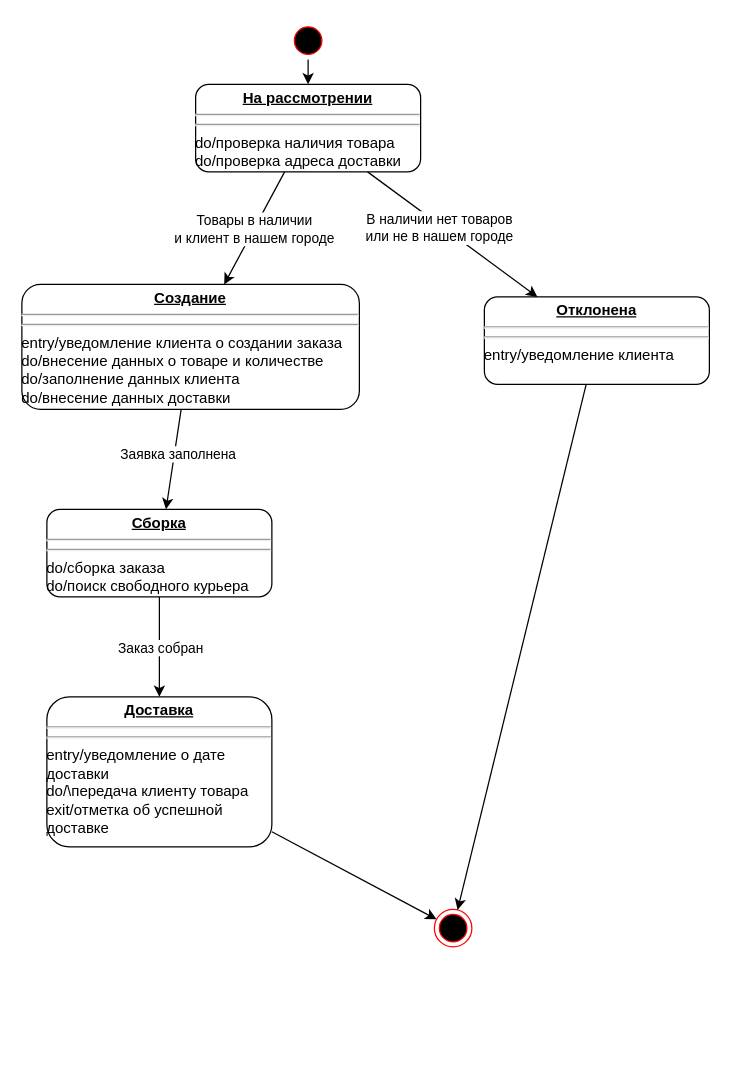
The draw.io diagram State Diagram.drawio in omelchenkopete/SA, before the edit. Source tidied: cells renumbered, new cells numbered last; positions are measured from the earlier drawing's top-left corner, leaving out a move shared by most shapes. Both pictures are drawn from the tidied source at 125%, with x=0, y=0 at pixel (21, 21).
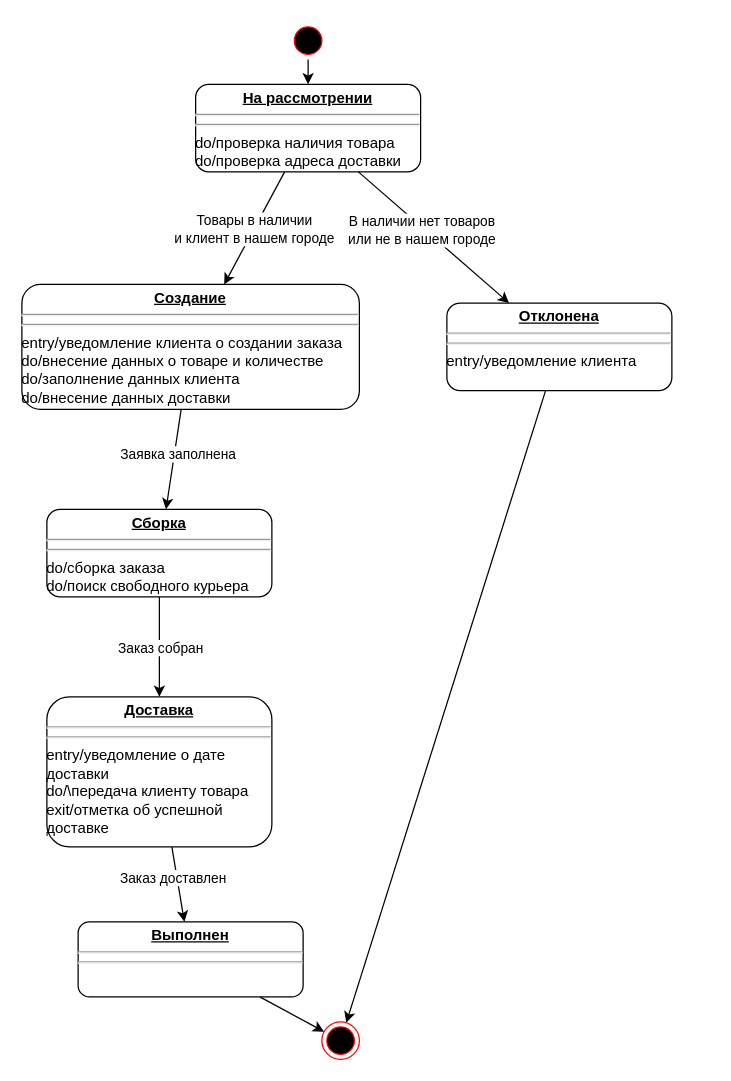
After the change.

Unchanged cells that the change refers to:
```xml
<mxCell id="6" value="&lt;p style=&quot;margin:0px;margin-top:4px;text-align:center;text-decoration:underline;&quot;&gt;&lt;b&gt;Доставка&lt;/b&gt;&lt;/p&gt;&lt;hr&gt;&lt;hr&gt;&lt;div style=&quot;&quot;&gt;&lt;span style=&quot;background-color: initial;&quot;&gt;entry/уведомление о дате доставки&lt;br&gt;do/\передача клиенту товара&lt;/span&gt;&lt;/div&gt;&lt;div style=&quot;&quot;&gt;exit/отметка об успешной доставке&lt;/div&gt;" style="verticalAlign=top;align=left;overflow=fill;html=1;whiteSpace=wrap;rounded=1;strokeWidth=1;" parent="1" vertex="1">
  <mxGeometry x="20" y="540" width="180" height="120" as="geometry" />
</mxCell>
```

What changed in the source:
```diff
@@
     <mxCell id="4" style="ellipse;html=1;shape=endState;fillColor=#000000;strokeColor=#ff0000;" parent="1" vertex="1">
-      <mxGeometry x="330" y="710" width="30" height="30" as="geometry" />
+      <mxGeometry x="240" y="800" width="30" height="30" as="geometry" />
     </mxCell>
@@
     <mxCell id="11" value="&lt;p style=&quot;margin:0px;margin-top:4px;text-align:center;text-decoration:underline;&quot;&gt;&lt;b&gt;Отклонена&lt;/b&gt;&lt;/p&gt;&lt;hr&gt;&lt;hr&gt;&lt;div style=&quot;&quot;&gt;&lt;span style=&quot;background-color: initial;&quot;&gt;entry/уведомление клиента&lt;/span&gt;&lt;/div&gt;" style="verticalAlign=top;align=left;overflow=fill;html=1;whiteSpace=wrap;rounded=1;strokeWidth=1;" parent="1" vertex="1">
-      <mxGeometry x="370" y="220" width="180" height="70" as="geometry" />
+      <mxGeometry x="340" y="225" width="180" height="70" as="geometry" />
     </mxCell>
@@
-    <mxCell id="19" style="endArrow=classic;html=1;rounded=0;" parent="1" edge="1" source="6" target="4">
+    <mxCell id="19" style="endArrow=classic;html=1;rounded=0;" parent="1" edge="1" source="20" target="4">
       <mxGeometry relative="1" as="geometry" />
     </mxCell>
+    <mxCell id="20" value="&lt;p style=&quot;margin:0px;margin-top:4px;text-align:center;text-decoration:underline;&quot;&gt;&lt;b&gt;Выполнен&lt;/b&gt;&lt;/p&gt;&lt;hr&gt;&lt;hr&gt;&lt;div style=&quot;&quot;&gt;&lt;br&gt;&lt;/div&gt;" style="verticalAlign=top;align=left;overflow=fill;html=1;whiteSpace=wrap;rounded=1;strokeWidth=1;" parent="1" vertex="1">
+      <mxGeometry x="45" y="720" width="180" height="60" as="geometry" />
+    </mxCell>
+    <mxCell id="21" style="endArrow=classic;html=1;rounded=0;" parent="1" edge="1" source="6" target="20">
+      <mxGeometry relative="1" as="geometry" />
+    </mxCell>
+    <mxCell id="22" value="Заказ доставлен" style="edgeLabel;html=1;align=center;verticalAlign=middle;" parent="21" vertex="1">
+      <mxGeometry x="-0.2" y="-3" relative="1" as="geometry" />
+    </mxCell>
```
